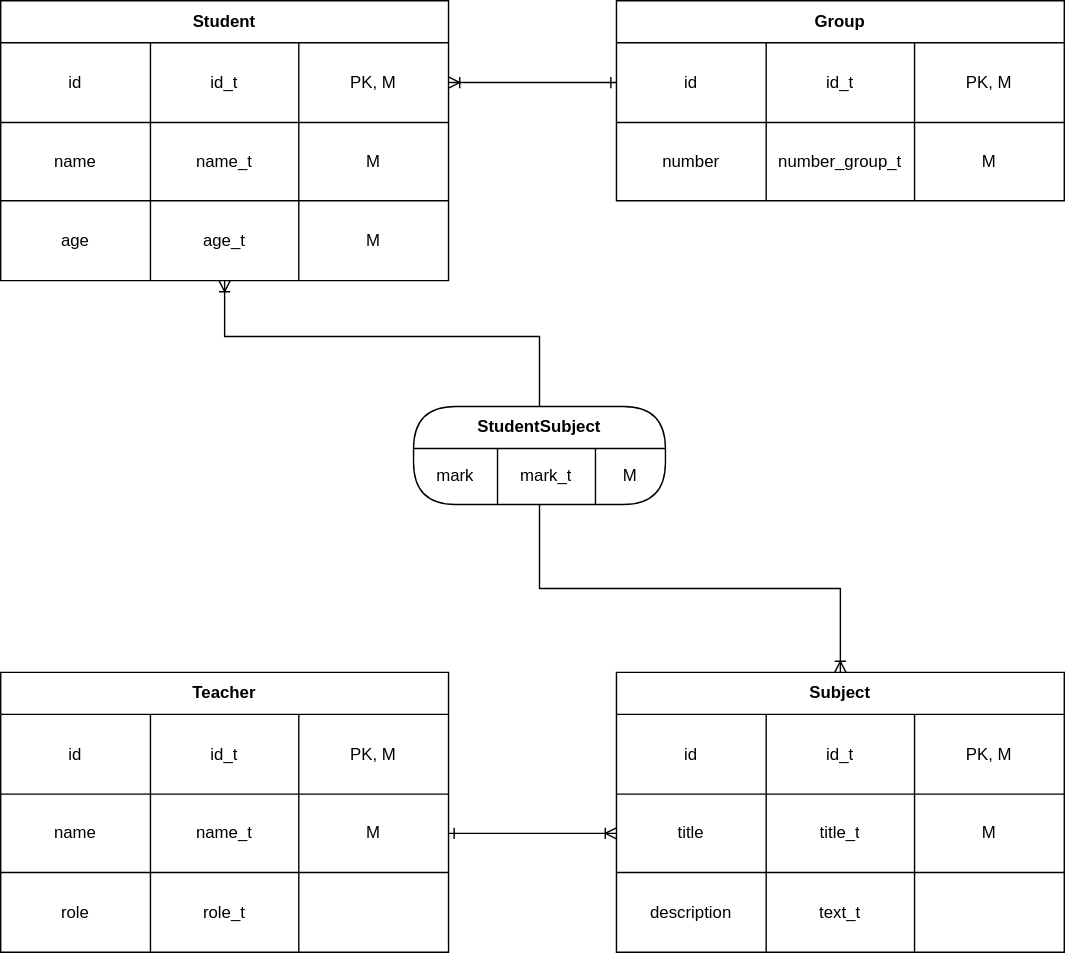
Earlier version of the draw.io export Entity.svg (OlegUtusikov/DataBaseCourse). Source tidied: cells renumbered, new cells last; positions are measured from the earlier drawing's top-left corner, leaving out a move shared by most shapes.
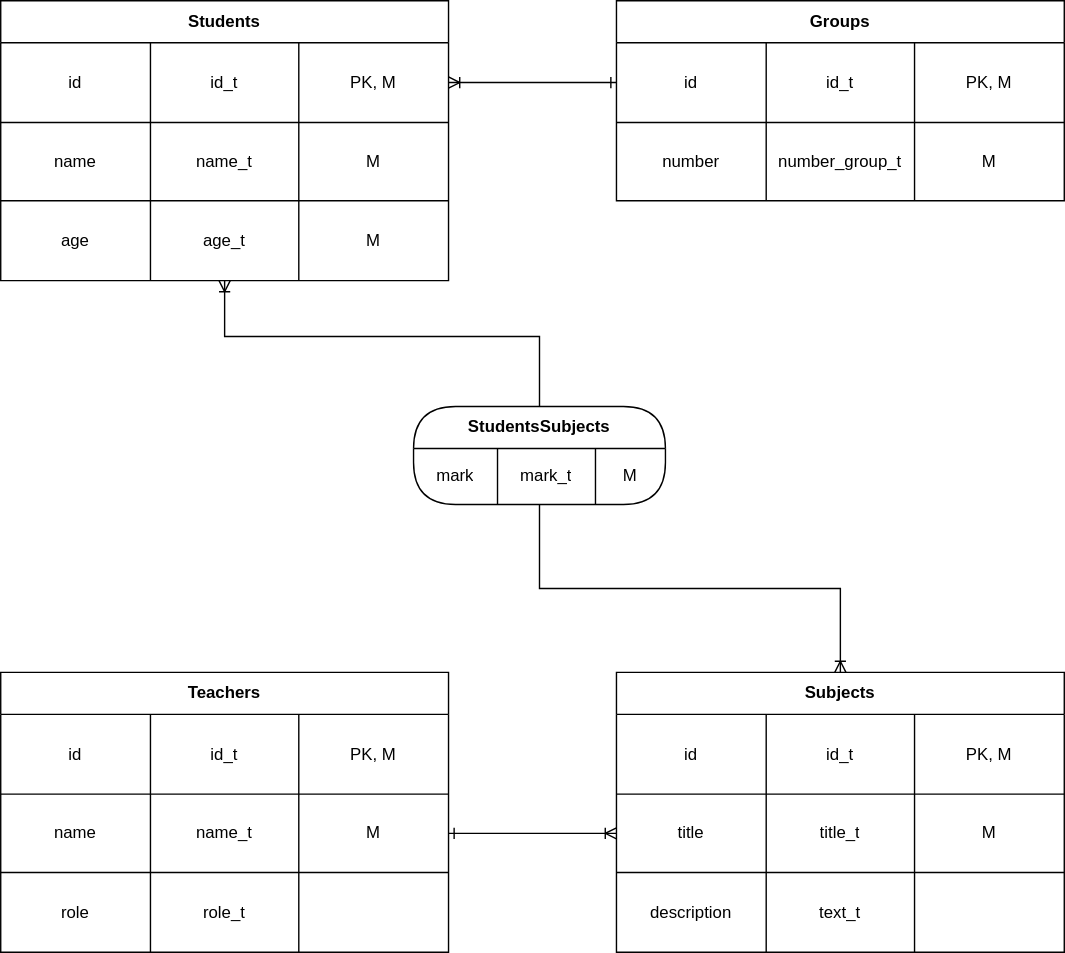
The same file after the commit.

Change to the diagram source:
```diff
@@ -2,7 +2,7 @@
   <root>
     <mxCell id="0" />
     <mxCell id="1" parent="0" />
-    <mxCell id="2" value="Student" style="shape=table;html=1;whiteSpace=wrap;startSize=30;fontStyle=1;align=center;" parent="1" vertex="1">
+    <mxCell id="2" value="Students" style="shape=table;html=1;whiteSpace=wrap;startSize=30;fontStyle=1;align=center;" parent="1" vertex="1">
       <mxGeometry width="320" height="200" as="geometry" />
     </mxCell>
     <mxCell id="3" style="shape=partialRectangle;html=1;whiteSpace=wrap;fillColor=none;top=0;left=0;bottom=0;right=0;points=[[0,0.5],[1,0.5]];portConstraint=eastwest;" parent="2" vertex="1">
@@ -41,7 +41,7 @@
     <mxCell id="14" value="M" style="shape=partialRectangle;html=1;whiteSpace=wrap;fillColor=none;top=0;left=0;bottom=0;right=0;overflow=hidden;" parent="11" vertex="1">
       <mxGeometry x="213" width="107" height="57" as="geometry" />
     </mxCell>
-    <mxCell id="15" value="Group" style="shape=table;html=1;whiteSpace=wrap;startSize=30;fontStyle=1;align=center;" parent="1" vertex="1">
+    <mxCell id="15" value="Groups" style="shape=table;html=1;whiteSpace=wrap;startSize=30;fontStyle=1;align=center;" parent="1" vertex="1">
       <mxGeometry x="440" width="320" height="143" as="geometry" />
     </mxCell>
     <mxCell id="16" style="shape=partialRectangle;html=1;whiteSpace=wrap;fillColor=none;top=0;left=0;bottom=0;right=0;points=[[0,0.5],[1,0.5]];portConstraint=eastwest;" parent="15" vertex="1">
@@ -68,7 +68,7 @@
     <mxCell id="23" value="M" style="shape=partialRectangle;html=1;whiteSpace=wrap;fillColor=none;top=0;left=0;bottom=0;right=0;overflow=hidden;" parent="20" vertex="1">
       <mxGeometry x="213" width="107" height="56" as="geometry" />
     </mxCell>
-    <mxCell id="24" value="Teacher" style="shape=table;html=1;whiteSpace=wrap;startSize=30;fontStyle=1;align=center;" parent="1" vertex="1">
+    <mxCell id="24" value="Teachers" style="shape=table;html=1;whiteSpace=wrap;startSize=30;fontStyle=1;align=center;" parent="1" vertex="1">
       <mxGeometry y="480" width="320" height="200" as="geometry" />
     </mxCell>
     <mxCell id="25" style="shape=partialRectangle;html=1;whiteSpace=wrap;fillColor=none;top=0;left=0;bottom=0;right=0;" parent="24" vertex="1">
@@ -107,7 +107,7 @@
     <mxCell id="36" style="shape=partialRectangle;html=1;whiteSpace=wrap;fillColor=none;top=0;left=0;bottom=0;right=0;overflow=hidden;" parent="33" vertex="1">
       <mxGeometry x="213" width="107" height="57" as="geometry" />
     </mxCell>
-    <mxCell id="37" value="Subject" style="shape=table;html=1;whiteSpace=wrap;startSize=30;fontStyle=1;align=center;" parent="1" vertex="1">
+    <mxCell id="37" value="Subjects" style="shape=table;html=1;whiteSpace=wrap;startSize=30;fontStyle=1;align=center;" parent="1" vertex="1">
       <mxGeometry x="440" y="480" width="320" height="200" as="geometry" />
     </mxCell>
     <mxCell id="38" style="shape=partialRectangle;html=1;whiteSpace=wrap;fillColor=none;top=0;left=0;bottom=0;right=0;" parent="37" vertex="1">
@@ -162,7 +162,7 @@
         </Array>
       </mxGeometry>
     </mxCell>
-    <mxCell id="52" value="StudentSubject" style="shape=table;html=1;whiteSpace=wrap;startSize=30;fontStyle=1;align=center;rounded=1;arcSize=50;" parent="1" vertex="1">
+    <mxCell id="52" value="StudentsSubjects" style="shape=table;html=1;whiteSpace=wrap;startSize=30;fontStyle=1;align=center;rounded=1;arcSize=50;" parent="1" vertex="1">
       <mxGeometry x="295" y="290" width="180" height="70" as="geometry" />
     </mxCell>
     <mxCell id="53" style="shape=partialRectangle;html=1;whiteSpace=wrap;fillColor=none;top=0;left=0;bottom=0;right=0;" parent="52" vertex="1">
```
